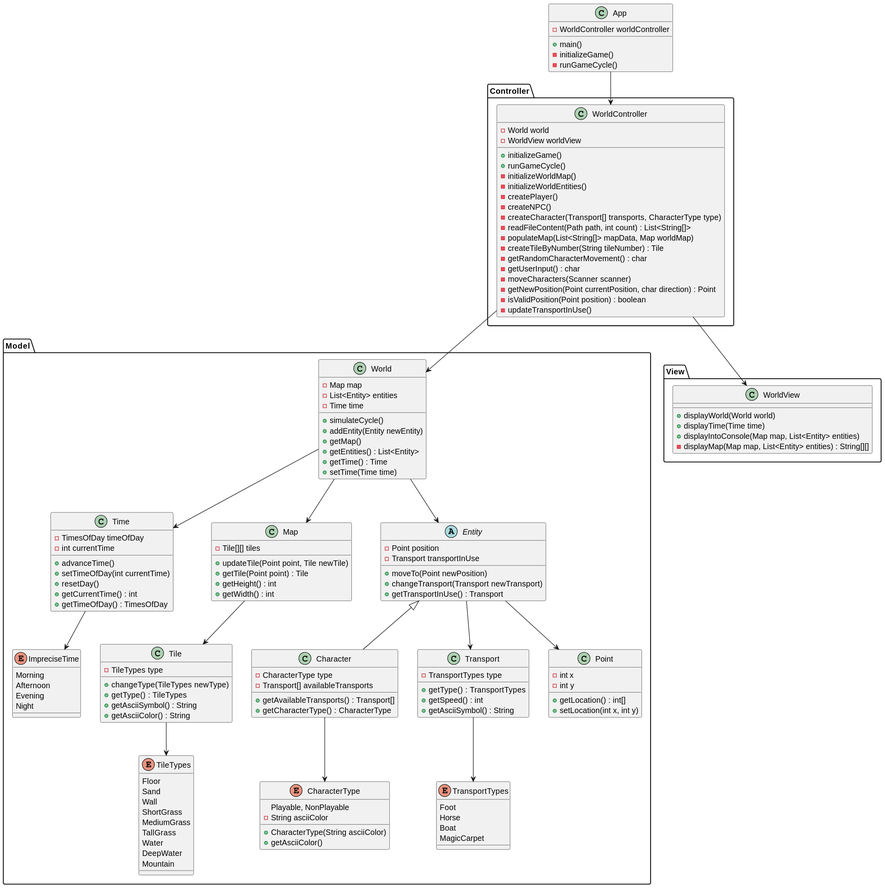
This is docs/images/ClasesPracticas-PyMundo.svg from mmasias/23-24-IdSw2-SDD, a PlantUML export, as it was before one commit.
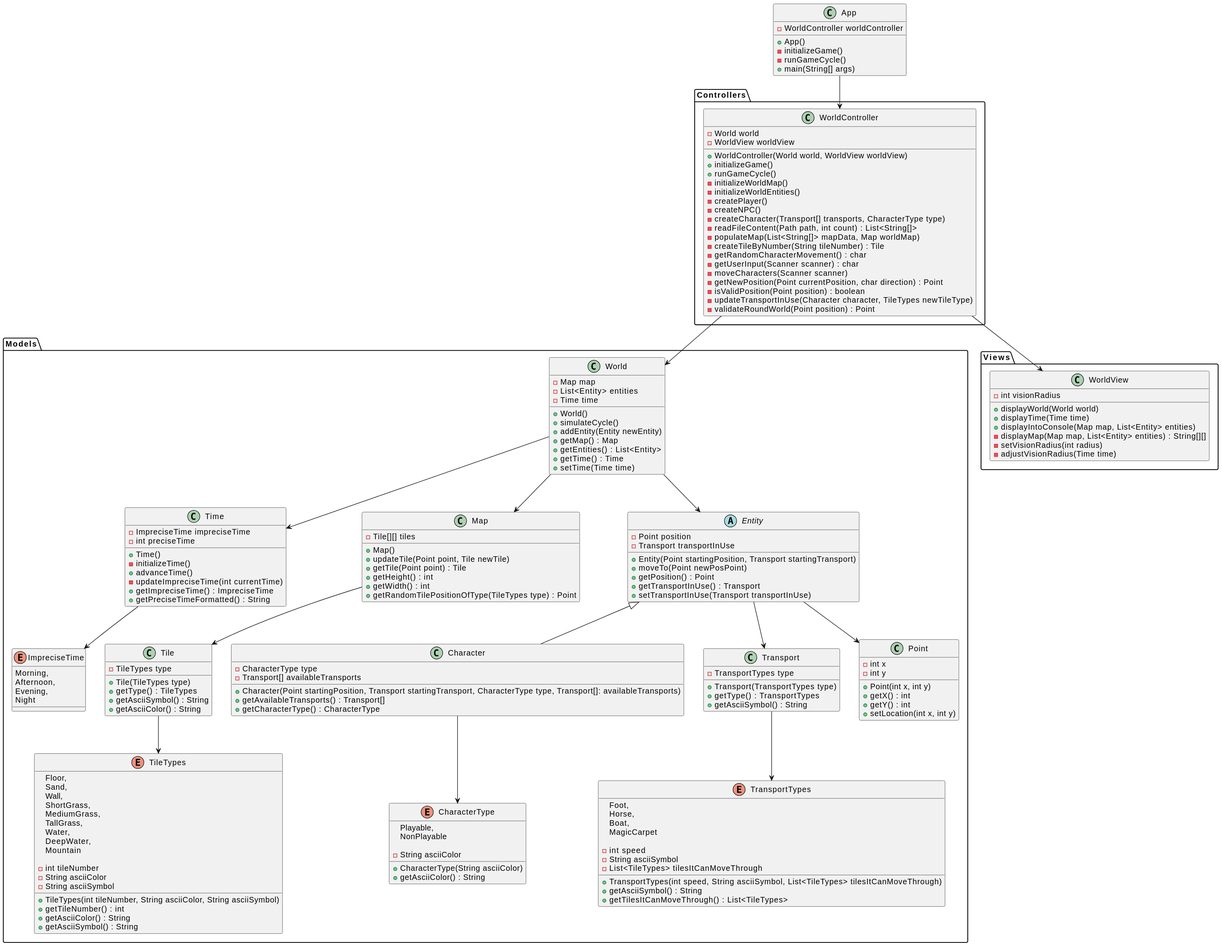
The same diagram one commit later.

Diff of the diagram source:
```diff
@@ -2,49 +2,54 @@
 class App {
     - WorldController worldController
 
-    + main()
+    + App()
     - initializeGame()
     - runGameCycle()
+    + main(String[] args)
 }
 
-package "Model" {
+package "Models" {
     class World {
         - Map map
         - List<Entity> entities
         - Time time
 
+        + World()
         + simulateCycle()
         + addEntity(Entity newEntity)
-        + getMap()
+        + getMap() : Map
         + getEntities() : List<Entity>
         + getTime() : Time
         + setTime(Time time)
     }
 
     class Time {
-        - TimesOfDay timeOfDay
-        - int currentTime
+        - ImpreciseTime impreciseTime
+        - int preciseTime
 
+        + Time()
+        - initializeTime()
         + advanceTime()
-        + setTimeOfDay(int currentTime)
-        + resetDay()
-        + getCurrentTime() : int
-        + getTimeOfDay() : TimesOfDay
+        - updateImpreciseTime(int currentTime)
+        + getImpreciseTime() : ImpreciseTime
+        + getPreciseTimeFormatted() : String
     }
 
     class Map {
         - Tile[][] tiles
 
+        + Map()
         + updateTile(Point point, Tile newTile)
         + getTile(Point point) : Tile
         + getHeight() : int
         + getWidth() : int
+        + getRandomTilePositionOfType(TileTypes type) : Point
     }
 
     class Tile {
         - TileTypes type
 
-        + changeType(TileTypes newType)
+        + Tile(TileTypes type)
         + getType() : TileTypes
         + getAsciiSymbol() : String
         + getAsciiColor() : String
@@ -54,15 +59,18 @@
         - Point position
         - Transport transportInUse
 
-        + moveTo(Point newPosition)
-        + changeTransport(Transport newTransport)
+        + Entity(Point startingPosition, Transport startingTransport)
+        + moveTo(Point newPosPoint)
+        + getPosition() : Point
         + getTransportInUse() : Transport
+        + setTransportInUse(Transport transportInUse)
     }
 
     class Character extends Entity {
         - CharacterType type
         - Transport[] availableTransports
 
+        + Character(Point startingPosition, Transport startingTransport, CharacterType type, Transport[]: availableTransports)
         + getAvailableTransports() : Transport[]
         + getCharacterType() : CharacterType
     }
@@ -70,8 +78,8 @@
     class Transport {
         - TransportTypes type
 
+        + Transport(TransportTypes type)
         + getType() : TransportTypes
-        + getSpeed() : int
         + getAsciiSymbol() : String
     }
 
@@ -79,58 +87,84 @@
         - int x
         - int y
 
-        + getLocation() : int[]
+        + Point(int x, int y)
+        + getX() : int
+        + getY() : int
         + setLocation(int x, int y)
     }
 
     enum TileTypes {
-        Floor
-        Sand
-        Wall
-        ShortGrass
-        MediumGrass
-        TallGrass
-        Water
-        DeepWater
+        Floor,
+        Sand,
+        Wall,
+        ShortGrass,
+        MediumGrass,
+        TallGrass,
+        Water,
+        DeepWater,
         Mountain
+
+        - int tileNumber
+        - String asciiColor
+        - String asciiSymbol
+
+        + TileTypes(int tileNumber, String asciiColor, String asciiSymbol)
+        + getTileNumber() : int
+        + getAsciiColor() : String
+        + getAsciiSymbol() : String
     }
 
     enum ImpreciseTime {
-        Morning
-        Afternoon
-        Evening
+        Morning,
+        Afternoon,
+        Evening,
         Night
     }
 
     enum TransportTypes {
-        Foot
-        Horse
-        Boat
+        Foot,
+        Horse,
+        Boat,
         MagicCarpet
+
+        - int speed
+        - String asciiSymbol
+        - List<TileTypes> tilesItCanMoveThrough
+
+        + TransportTypes(int speed, String asciiSymbol, List<TileTypes> tilesItCanMoveThrough)
+        + getAsciiSymbol() : String
+        + getTilesItCanMoveThrough() : List<TileTypes>
     }
 
     enum CharacterType {
-        Playable, NonPlayable
+        Playable,
+        NonPlayable
+
         - String asciiColor
         + CharacterType(String asciiColor)
-        + getAsciiColor()
+        + getAsciiColor() : String
     }
 }
 
-package "View" {
+package "Views" {
     class WorldView {
+        - int visionRadius
+
         + displayWorld(World world)
         + displayTime(Time time)
         + displayIntoConsole(Map map, List<Entity> entities)
         - displayMap(Map map, List<Entity> entities) : String[][]
+        - setVisionRadius(int radius)
+        - adjustVisionRadius(Time time)
     }
 }
 
-package "Controller" {
+package "Controllers" {
     class WorldController {
         - World world
         - WorldView worldView
 
+        + WorldController(World world, WorldView worldView)
         + initializeGame()
         + runGameCycle()
         - initializeWorldMap()
@@ -142,11 +176,12 @@
         - populateMap(List<String[]> mapData, Map worldMap)
         - createTileByNumber(String tileNumber) : Tile
         - getRandomCharacterMovement() : char
-        - getUserInput() : char
+        - getUserInput(Scanner scanner) : char
         - moveCharacters(Scanner scanner)
         - getNewPosition(Point currentPosition, char direction) : Point
         - isValidPosition(Point position) : boolean
-        - updateTransportInUse()
+        - updateTransportInUse(Character character, TileTypes newTileType)
+        - validateRoundWorld(Point position) : Point
     }
 }
 
```
